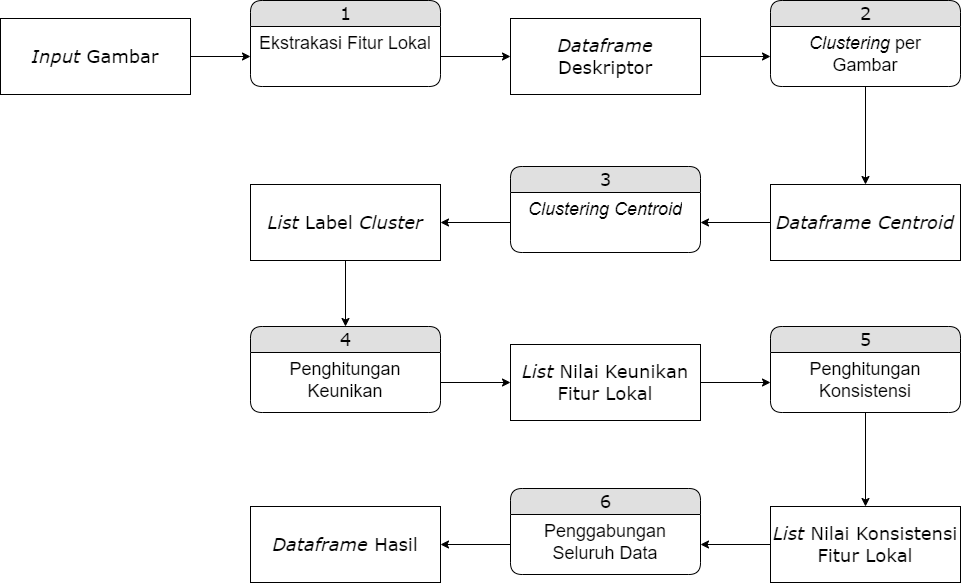
Before: Gambar/dfd_clustering.png, a diagram exported from draw.io (gianmartind/Skripsi-6181801015). Source tidied: cells renumbered, new cells last; positions are measured from the earlier drawing's top-left corner, leaving out a move shared by most shapes.
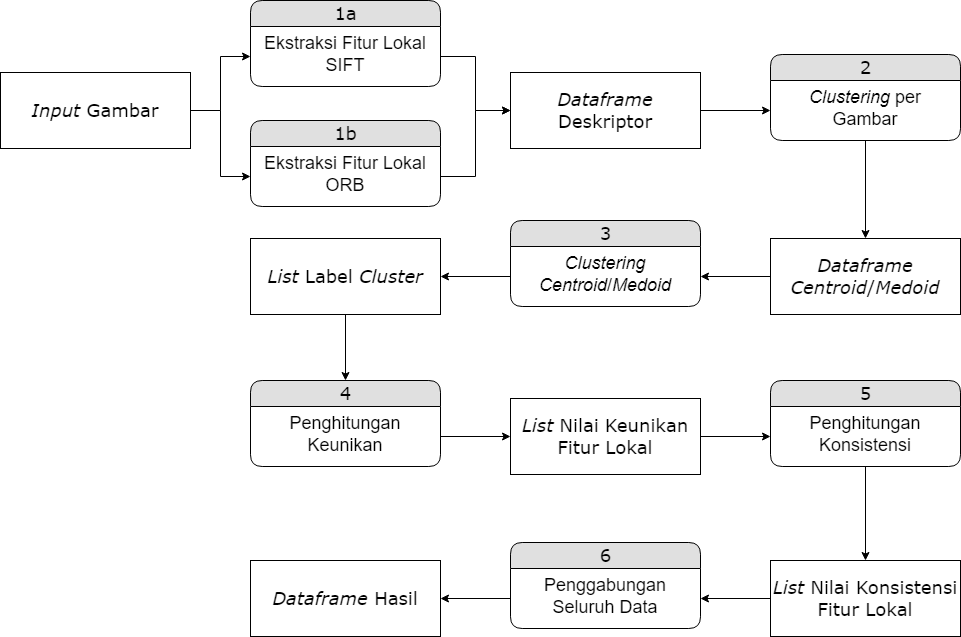
The same file after the commit.

What changed in the source:
```diff
@@ -20,13 +20,13 @@
     <mxCell id="7" style="edgeStyle=orthogonalEdgeStyle;rounded=0;jettySize=auto;html=1;fontSize=18;" parent="1" edge="1" source="8" target="10">
       <mxGeometry relative="1" as="geometry" />
     </mxCell>
-    <mxCell id="8" value="&lt;i style=&quot;font-size: 18px;&quot;&gt;Dataframe Centroid&lt;/i&gt;" style="whiteSpace=wrap;html=1;rounded=0;shadow=0;comic=0;labelBackgroundColor=none;strokeWidth=1;fontFamily=Verdana;fontSize=18;align=center;" parent="1" vertex="1">
+    <mxCell id="8" value="&lt;i style=&quot;font-size: 18px;&quot;&gt;Dataframe Centroid&lt;/i&gt;&lt;span style=&quot;font-size: 18px;&quot;&gt;/&lt;/span&gt;&lt;i style=&quot;font-size: 18px;&quot;&gt;Medoid&lt;/i&gt;" style="whiteSpace=wrap;html=1;rounded=0;shadow=0;comic=0;labelBackgroundColor=none;strokeWidth=1;fontFamily=Verdana;fontSize=18;align=center;" parent="1" vertex="1">
       <mxGeometry x="770" y="184" width="190" height="76" as="geometry" />
     </mxCell>
     <mxCell id="9" value="3" style="swimlane;html=1;fontStyle=0;horizontal=1;startSize=26;fillColor=#e0e0e0;swimlaneFillColor=#ffffff;align=center;rounded=1;shadow=0;comic=0;labelBackgroundColor=none;strokeWidth=1;fontFamily=Verdana;fontSize=18;" parent="1" vertex="1">
       <mxGeometry x="510" y="166" width="190" height="86" as="geometry" />
     </mxCell>
-    <mxCell id="10" value="&lt;i style=&quot;font-size: 18px;&quot;&gt;Clustering Centroid&lt;/i&gt;" style="text;html=1;strokeColor=none;fillColor=none;spacingLeft=4;spacingRight=4;whiteSpace=wrap;overflow=hidden;points=[[0,0.5],[1,0.5]];portConstraint=eastwest;align=center;fontSize=18;" parent="9" vertex="1">
+    <mxCell id="10" value="&lt;i style=&quot;font-size: 18px;&quot;&gt;Clustering Centroid&lt;/i&gt;&lt;span style=&quot;font-size: 18px;&quot;&gt;/&lt;/span&gt;&lt;i style=&quot;font-size: 18px;&quot;&gt;Medoid&lt;/i&gt;" style="text;html=1;strokeColor=none;fillColor=none;spacingLeft=4;spacingRight=4;whiteSpace=wrap;overflow=hidden;points=[[0,0.5],[1,0.5]];portConstraint=eastwest;align=center;fontSize=18;" parent="9" vertex="1">
       <mxGeometry y="26" width="190" height="60" as="geometry" />
     </mxCell>
     <mxCell id="11" style="edgeStyle=orthogonalEdgeStyle;rounded=0;jettySize=auto;html=1;exitX=0.5;exitY=1;exitDx=0;exitDy=0;fontSize=18;" parent="1" edge="1" source="12" target="13">
@@ -62,10 +62,10 @@
     <mxCell id="21" value="&lt;i style=&quot;font-size: 18px;&quot;&gt;List&amp;nbsp;&lt;/i&gt;Nilai Konsistensi Fitur Lokal" style="whiteSpace=wrap;html=1;rounded=0;shadow=0;comic=0;labelBackgroundColor=none;strokeWidth=1;fontFamily=Verdana;fontSize=18;align=center;" parent="1" vertex="1">
       <mxGeometry x="770" y="506" width="190" height="76" as="geometry" />
     </mxCell>
-    <mxCell id="22" value="1" style="swimlane;html=1;fontStyle=0;horizontal=1;startSize=26;fillColor=#e0e0e0;swimlaneFillColor=#ffffff;align=center;rounded=1;shadow=0;comic=0;labelBackgroundColor=none;strokeWidth=1;fontFamily=Verdana;fontSize=18;" parent="1" vertex="1">
-      <mxGeometry x="250" width="190" height="86" as="geometry" />
+    <mxCell id="22" value="1a" style="swimlane;html=1;fontStyle=0;horizontal=1;startSize=26;fillColor=#e0e0e0;swimlaneFillColor=#ffffff;align=center;rounded=1;shadow=0;comic=0;labelBackgroundColor=none;strokeWidth=1;fontFamily=Verdana;fontSize=18;" parent="1" vertex="1">
+      <mxGeometry x="250" y="-54" width="190" height="86" as="geometry" />
     </mxCell>
-    <mxCell id="23" value="Ekstrakasi Fitur Lokal" style="text;html=1;strokeColor=none;fillColor=none;spacingLeft=4;spacingRight=4;whiteSpace=wrap;overflow=hidden;points=[[0,0.5],[1,0.5]];portConstraint=eastwest;align=center;fontSize=18;" parent="22" vertex="1">
+    <mxCell id="23" value="Ekstraksi Fitur Lokal SIFT" style="text;html=1;strokeColor=none;fillColor=none;spacingLeft=4;spacingRight=4;whiteSpace=wrap;overflow=hidden;points=[[0,0.5],[1,0.5]];portConstraint=eastwest;align=center;fontSize=18;" parent="22" vertex="1">
       <mxGeometry y="26" width="190" height="60" as="geometry" />
     </mxCell>
     <mxCell id="24" value="6" style="swimlane;html=1;fontStyle=0;horizontal=1;startSize=26;fillColor=#e0e0e0;swimlaneFillColor=#ffffff;align=center;rounded=1;shadow=0;comic=0;labelBackgroundColor=none;strokeWidth=1;fontFamily=Verdana;fontSize=18;" parent="1" vertex="1">
@@ -80,6 +80,9 @@
     <mxCell id="27" style="edgeStyle=orthogonalEdgeStyle;rounded=0;jettySize=auto;html=1;fontSize=18;" parent="1" edge="1" source="28" target="23">
       <mxGeometry relative="1" as="geometry" />
     </mxCell>
+    <mxCell id="33" style="edgeStyle=orthogonalEdgeStyle;rounded=0;jettySize=auto;html=1;exitX=1;exitY=0.5;exitDx=0;exitDy=0;entryX=0;entryY=0.5;entryDx=0;entryDy=0;" parent="1" edge="1" source="28" target="35">
+      <mxGeometry relative="1" as="geometry" />
+    </mxCell>
     <mxCell id="28" value="&lt;i style=&quot;font-size: 18px;&quot;&gt;Input &lt;/i&gt;Gambar" style="whiteSpace=wrap;html=1;rounded=0;shadow=0;comic=0;labelBackgroundColor=none;strokeWidth=1;fontFamily=Verdana;fontSize=18;align=center;" parent="1" vertex="1">
       <mxGeometry y="18" width="190" height="76" as="geometry" />
     </mxCell>
@@ -95,5 +98,14 @@
     <mxCell id="32" style="edgeStyle=orthogonalEdgeStyle;rounded=0;jettySize=auto;html=1;exitX=0;exitY=0.5;exitDx=0;exitDy=0;entryX=1;entryY=0.5;entryDx=0;entryDy=0;fontSize=18;" parent="1" edge="1" source="25" target="26">
       <mxGeometry relative="1" as="geometry" />
     </mxCell>
+    <mxCell id="34" value="1b" style="swimlane;html=1;fontStyle=0;horizontal=1;startSize=26;fillColor=#e0e0e0;swimlaneFillColor=#ffffff;align=center;rounded=1;shadow=0;comic=0;labelBackgroundColor=none;strokeWidth=1;fontFamily=Verdana;fontSize=18;" parent="1" vertex="1">
+      <mxGeometry x="250" y="66" width="190" height="86" as="geometry" />
+    </mxCell>
+    <mxCell id="35" value="Ekstraksi Fitur Lokal ORB" style="text;html=1;strokeColor=none;fillColor=none;spacingLeft=4;spacingRight=4;whiteSpace=wrap;overflow=hidden;points=[[0,0.5],[1,0.5]];portConstraint=eastwest;align=center;fontSize=18;" parent="34" vertex="1">
+      <mxGeometry y="26" width="190" height="60" as="geometry" />
+    </mxCell>
+    <mxCell id="36" style="edgeStyle=orthogonalEdgeStyle;rounded=0;jettySize=auto;html=1;exitX=1;exitY=0.5;exitDx=0;exitDy=0;entryX=0;entryY=0.5;entryDx=0;entryDy=0;" parent="1" edge="1" source="35" target="3">
+      <mxGeometry relative="1" as="geometry" />
+    </mxCell>
   </root>
 </mxGraphModel>
```
